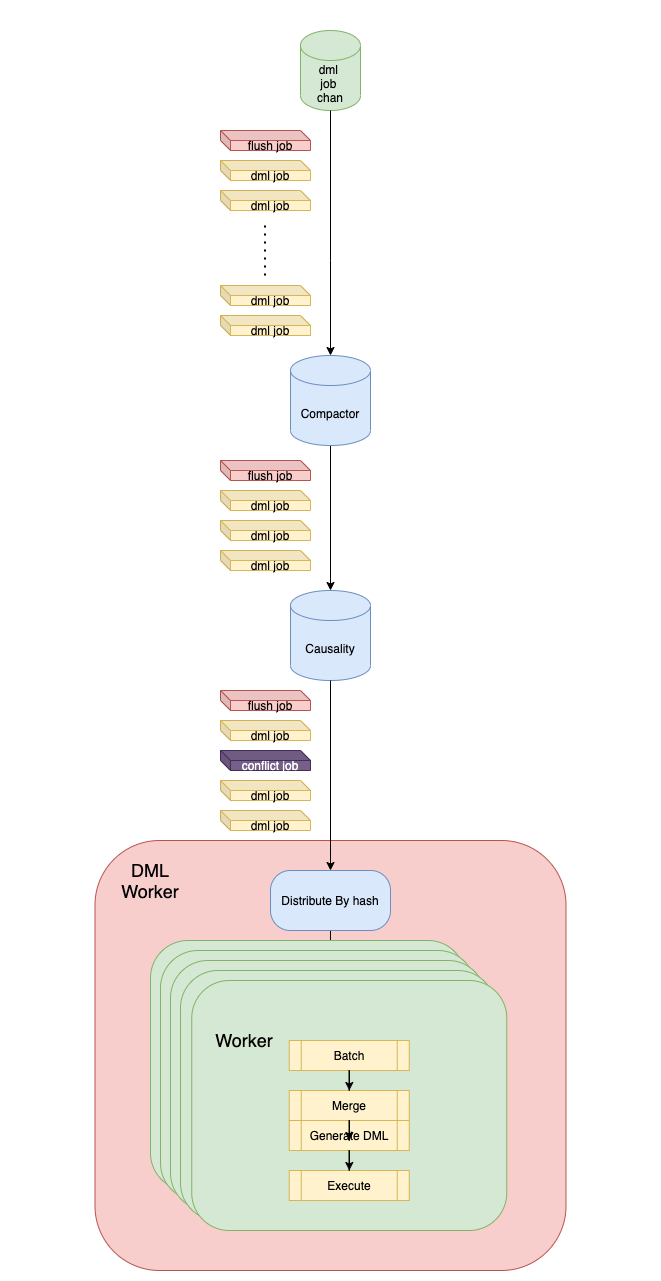
Above: docs/media/flow.png in pingcap/dm (draw.io), before the change. Source tidied: cells renumbered, new cells last; positions are measured from the earlier drawing's top-left corner, leaving out a move shared by most shapes. The source it was exported from:
```xml
<mxGraphModel>
  <root>
    <mxCell id="0" />
    <mxCell id="1" parent="0" />
    <mxCell id="2" style="group;fontSize=15;" parent="1" vertex="1">
      <mxGeometry width="640" height="1260" as="geometry" />
    </mxCell>
    <mxCell id="3" style="group;" parent="2" vertex="1">
      <mxGeometry x="84.5" y="20" width="471" height="1240" as="geometry" />
    </mxCell>
    <mxCell id="4" style="rounded=1;whiteSpace=wrap;html=1;fillColor=#f8cecc;strokeColor=#b85450;" parent="3" vertex="1">
      <mxGeometry y="810" width="471" height="430" as="geometry" />
    </mxCell>
    <mxCell id="5" value="dml &lt;br&gt;job &lt;br&gt;chan" style="shape=cylinder3;whiteSpace=wrap;html=1;boundedLbl=1;backgroundOutline=1;size=15;fillColor=#d5e8d4;strokeColor=#82b366;" parent="3" vertex="1">
      <mxGeometry x="205.5" width="60" height="80" as="geometry" />
    </mxCell>
    <mxCell id="6" value="Causality" style="shape=cylinder3;whiteSpace=wrap;html=1;boundedLbl=1;backgroundOutline=1;size=15;fillColor=#dae8fc;strokeColor=#6c8ebf;" parent="3" vertex="1">
      <mxGeometry x="195.5" y="560" width="80" height="90" as="geometry" />
    </mxCell>
    <mxCell id="7" style="edgeStyle=orthogonalEdgeStyle;rounded=0;jettySize=auto;html=1;exitX=0.5;exitY=1;exitDx=0;exitDy=0;exitPerimeter=0;entryX=0.5;entryY=0;entryDx=0;entryDy=0;entryPerimeter=0;" parent="3" edge="1" source="8" target="6">
      <mxGeometry relative="1" as="geometry" />
    </mxCell>
    <mxCell id="8" value="Compactor" style="shape=cylinder3;whiteSpace=wrap;html=1;boundedLbl=1;backgroundOutline=1;size=15;fillColor=#dae8fc;strokeColor=#6c8ebf;" parent="3" vertex="1">
      <mxGeometry x="195.5" y="325" width="80" height="90" as="geometry" />
    </mxCell>
    <mxCell id="9" style="edgeStyle=orthogonalEdgeStyle;rounded=0;jettySize=auto;html=1;exitX=0.5;exitY=1;exitDx=0;exitDy=0;exitPerimeter=0;entryX=0.5;entryY=0;entryDx=0;entryDy=0;entryPerimeter=0;" parent="3" edge="1" source="5" target="8">
      <mxGeometry relative="1" as="geometry">
        <Array as="points">
          <mxPoint x="235.5" y="230" />
          <mxPoint x="235.5" y="230" />
        </Array>
      </mxGeometry>
    </mxCell>
    <mxCell id="10" style="edgeStyle=orthogonalEdgeStyle;rounded=0;orthogonalLoop=1;jettySize=auto;html=1;exitX=0.5;exitY=1;exitDx=0;exitDy=0;exitPerimeter=0;" parent="3" edge="1" source="8" target="8">
      <mxGeometry relative="1" as="geometry" />
    </mxCell>
    <mxCell id="11" value="dml job" style="shape=cube;whiteSpace=wrap;html=1;boundedLbl=1;backgroundOutline=1;darkOpacity=0.05;darkOpacity2=0.1;size=10;fillColor=#fff2cc;strokeColor=#d6b656;" parent="3" vertex="1">
      <mxGeometry x="125.5" y="130" width="90" height="20" as="geometry" />
    </mxCell>
    <mxCell id="12" value="dml job" style="shape=cube;whiteSpace=wrap;html=1;boundedLbl=1;backgroundOutline=1;darkOpacity=0.05;darkOpacity2=0.1;size=10;fillColor=#fff2cc;strokeColor=#d6b656;" parent="3" vertex="1">
      <mxGeometry x="125.5" y="160" width="90" height="20" as="geometry" />
    </mxCell>
    <mxCell id="13" value="flush job" style="shape=cube;whiteSpace=wrap;html=1;boundedLbl=1;backgroundOutline=1;darkOpacity=0.05;darkOpacity2=0.1;size=10;fillColor=#f8cecc;strokeColor=#b85450;" parent="3" vertex="1">
      <mxGeometry x="125.5" y="100" width="90" height="20" as="geometry" />
    </mxCell>
    <mxCell id="14" value="dml job" style="shape=cube;whiteSpace=wrap;html=1;boundedLbl=1;backgroundOutline=1;darkOpacity=0.05;darkOpacity2=0.1;size=10;fillColor=#fff2cc;strokeColor=#d6b656;" parent="3" vertex="1">
      <mxGeometry x="125.5" y="460" width="90" height="20" as="geometry" />
    </mxCell>
    <mxCell id="15" value="dml job" style="shape=cube;whiteSpace=wrap;html=1;boundedLbl=1;backgroundOutline=1;darkOpacity=0.05;darkOpacity2=0.1;size=10;fillColor=#fff2cc;strokeColor=#d6b656;" parent="3" vertex="1">
      <mxGeometry x="125.5" y="490" width="90" height="20" as="geometry" />
    </mxCell>
    <mxCell id="16" value="flush job" style="shape=cube;whiteSpace=wrap;html=1;boundedLbl=1;backgroundOutline=1;darkOpacity=0.05;darkOpacity2=0.1;size=10;fillColor=#f8cecc;strokeColor=#b85450;" parent="3" vertex="1">
      <mxGeometry x="125.5" y="430" width="90" height="20" as="geometry" />
    </mxCell>
    <mxCell id="17" value="dml job" style="shape=cube;whiteSpace=wrap;html=1;boundedLbl=1;backgroundOutline=1;darkOpacity=0.05;darkOpacity2=0.1;size=10;fillColor=#fff2cc;strokeColor=#d6b656;" parent="3" vertex="1">
      <mxGeometry x="125.5" y="285" width="90" height="20" as="geometry" />
    </mxCell>
    <mxCell id="18" value="dml job" style="shape=cube;whiteSpace=wrap;html=1;boundedLbl=1;backgroundOutline=1;darkOpacity=0.05;darkOpacity2=0.1;size=10;fillColor=#fff2cc;strokeColor=#d6b656;" parent="3" vertex="1">
      <mxGeometry x="125.5" y="255" width="90" height="20" as="geometry" />
    </mxCell>
    <mxCell id="19" value="dml job" style="shape=cube;whiteSpace=wrap;html=1;boundedLbl=1;backgroundOutline=1;darkOpacity=0.05;darkOpacity2=0.1;size=10;fillColor=#fff2cc;strokeColor=#d6b656;" parent="3" vertex="1">
      <mxGeometry x="125.5" y="520" width="90" height="20" as="geometry" />
    </mxCell>
    <mxCell id="20" style="endArrow=none;dashed=1;html=1;dashPattern=1 3;strokeWidth=2;" parent="3" edge="1">
      <mxGeometry relative="1" as="geometry">
        <mxPoint x="170" y="245" as="sourcePoint" />
        <mxPoint x="170" y="195" as="targetPoint" />
      </mxGeometry>
    </mxCell>
    <mxCell id="21" value="dml job" style="shape=cube;whiteSpace=wrap;html=1;boundedLbl=1;backgroundOutline=1;darkOpacity=0.05;darkOpacity2=0.1;size=10;fillColor=#fff2cc;strokeColor=#d6b656;" parent="3" vertex="1">
      <mxGeometry x="125.5" y="690" width="90" height="20" as="geometry" />
    </mxCell>
    <mxCell id="22" value="flush job" style="shape=cube;whiteSpace=wrap;html=1;boundedLbl=1;backgroundOutline=1;darkOpacity=0.05;darkOpacity2=0.1;size=10;fillColor=#f8cecc;strokeColor=#b85450;" parent="3" vertex="1">
      <mxGeometry x="125.5" y="660" width="90" height="20" as="geometry" />
    </mxCell>
    <mxCell id="23" value="dml job" style="shape=cube;whiteSpace=wrap;html=1;boundedLbl=1;backgroundOutline=1;darkOpacity=0.05;darkOpacity2=0.1;size=10;fillColor=#fff2cc;strokeColor=#d6b656;" parent="3" vertex="1">
      <mxGeometry x="125.5" y="780" width="90" height="20" as="geometry" />
    </mxCell>
    <mxCell id="24" value="dml job" style="shape=cube;whiteSpace=wrap;html=1;boundedLbl=1;backgroundOutline=1;darkOpacity=0.05;darkOpacity2=0.1;size=10;fillColor=#fff2cc;strokeColor=#d6b656;" parent="3" vertex="1">
      <mxGeometry x="125.5" y="750" width="90" height="20" as="geometry" />
    </mxCell>
    <mxCell id="25" value="conflict job" style="shape=cube;whiteSpace=wrap;html=1;boundedLbl=1;backgroundOutline=1;darkOpacity=0.05;darkOpacity2=0.1;size=10;fillColor=#76608a;strokeColor=#432D57;fontColor=#ffffff;" parent="3" vertex="1">
      <mxGeometry x="125.5" y="720" width="90" height="20" as="geometry" />
    </mxCell>
    <mxCell id="26" style="edgeStyle=orthogonalEdgeStyle;rounded=0;jettySize=auto;html=1;exitX=0.5;exitY=1;exitDx=0;exitDy=0;entryX=0.571;entryY=-0.008;entryDx=0;entryDy=0;entryPerimeter=0;" parent="3" edge="1" source="27">
      <mxGeometry relative="1" as="geometry">
        <mxPoint x="235.4" y="928" as="targetPoint" />
      </mxGeometry>
    </mxCell>
    <mxCell id="27" value="Distribute By hash" style="rounded=1;whiteSpace=wrap;html=1;fillColor=#dae8fc;strokeColor=#6c8ebf;arcSize=33;" parent="3" vertex="1">
      <mxGeometry x="175.5" y="840" width="120" height="60" as="geometry" />
    </mxCell>
    <mxCell id="28" style="edgeStyle=orthogonalEdgeStyle;rounded=0;jettySize=auto;html=1;exitX=0.5;exitY=1;exitDx=0;exitDy=0;exitPerimeter=0;entryX=0.5;entryY=0;entryDx=0;entryDy=0;" parent="3" edge="1" source="6" target="27">
      <mxGeometry relative="1" as="geometry" />
    </mxCell>
    <mxCell id="29" style="rounded=1;whiteSpace=wrap;html=1;fillColor=#d5e8d4;strokeColor=#82b366;" parent="3" vertex="1">
      <mxGeometry x="55.5" y="910" width="315" height="250" as="geometry" />
    </mxCell>
    <mxCell id="30" style="rounded=1;whiteSpace=wrap;html=1;fillColor=#d5e8d4;strokeColor=#82b366;" parent="3" vertex="1">
      <mxGeometry x="65.5" y="920" width="315" height="250" as="geometry" />
    </mxCell>
    <mxCell id="31" style="rounded=1;whiteSpace=wrap;html=1;fillColor=#d5e8d4;strokeColor=#82b366;" parent="3" vertex="1">
      <mxGeometry x="75.5" y="930" width="315" height="250" as="geometry" />
    </mxCell>
    <mxCell id="32" style="rounded=1;whiteSpace=wrap;html=1;fillColor=#d5e8d4;strokeColor=#82b366;" parent="3" vertex="1">
      <mxGeometry x="85.5" y="940" width="315" height="250" as="geometry" />
    </mxCell>
    <mxCell id="33" style="rounded=1;whiteSpace=wrap;html=1;fillColor=#dae8fc;strokeColor=#6c8ebf;" parent="3" vertex="1">
      <mxGeometry x="204.2" y="1150" width="80" height="30" as="geometry" />
    </mxCell>
    <mxCell id="34" style="rounded=1;whiteSpace=wrap;html=1;fillColor=#dae8fc;strokeColor=#6c8ebf;" parent="3" vertex="1">
      <mxGeometry x="214.2" y="1160" width="80" height="30" as="geometry" />
    </mxCell>
    <mxCell id="35" style="rounded=1;whiteSpace=wrap;html=1;fillColor=#dae8fc;strokeColor=#6c8ebf;" parent="3" vertex="1">
      <mxGeometry x="224.2" y="1170" width="80" height="30" as="geometry" />
    </mxCell>
    <mxCell id="36" style="rounded=1;whiteSpace=wrap;html=1;fillColor=#d5e8d4;strokeColor=#82b366;" parent="3" vertex="1">
      <mxGeometry x="96.8" y="950" width="315" height="250" as="geometry" />
    </mxCell>
    <mxCell id="37" value="Batch" style="shape=process;whiteSpace=wrap;html=1;backgroundOutline=1;fillColor=#fff2cc;strokeColor=#d6b656;" parent="3" vertex="1">
      <mxGeometry x="194.2" y="1010" width="120" height="30" as="geometry" />
    </mxCell>
    <mxCell id="38" value="Merge" style="shape=process;whiteSpace=wrap;html=1;backgroundOutline=1;fillColor=#fff2cc;strokeColor=#d6b656;" parent="3" vertex="1">
      <mxGeometry x="194.2" y="1060" width="120" height="30" as="geometry" />
    </mxCell>
    <mxCell id="39" style="edgeStyle=orthogonalEdgeStyle;rounded=0;jettySize=auto;html=1;" parent="3" edge="1" source="37" target="38">
      <mxGeometry relative="1" as="geometry" />
    </mxCell>
    <mxCell id="40" value="Generate DML" style="shape=process;whiteSpace=wrap;html=1;backgroundOutline=1;fillColor=#fff2cc;strokeColor=#d6b656;" parent="3" vertex="1">
      <mxGeometry x="194.2" y="1090" width="120" height="30" as="geometry" />
    </mxCell>
    <mxCell id="41" style="edgeStyle=orthogonalEdgeStyle;rounded=0;jettySize=auto;html=1;" parent="3" edge="1" source="38">
      <mxGeometry relative="1" as="geometry">
        <mxPoint x="254.3" y="1110" as="targetPoint" />
      </mxGeometry>
    </mxCell>
    <mxCell id="42" value="DML&lt;br style=&quot;font-size: 18px;&quot;&gt;Worker" style="text;html=1;strokeColor=none;fillColor=none;align=center;verticalAlign=middle;whiteSpace=wrap;rounded=0;fontSize=18;" parent="3" vertex="1">
      <mxGeometry x="35.5" y="840" width="40" height="20" as="geometry" />
    </mxCell>
    <mxCell id="43" value="&lt;font style=&quot;font-size: 18px&quot;&gt;Worker&lt;/font&gt;" style="text;html=1;strokeColor=none;fillColor=none;align=center;verticalAlign=middle;whiteSpace=wrap;rounded=0;" parent="3" vertex="1">
      <mxGeometry x="124.2" y="990" width="50" height="40" as="geometry" />
    </mxCell>
    <mxCell id="44" value="Execute" style="shape=process;whiteSpace=wrap;html=1;backgroundOutline=1;fillColor=#fff2cc;strokeColor=#d6b656;" parent="3" vertex="1">
      <mxGeometry x="194.2" y="1140" width="120" height="30" as="geometry" />
    </mxCell>
    <mxCell id="45" style="edgeStyle=orthogonalEdgeStyle;rounded=0;jettySize=auto;html=1;" parent="3" edge="1" source="40" target="44">
      <mxGeometry relative="1" as="geometry" />
    </mxCell>
  </root>
</mxGraphModel>
```
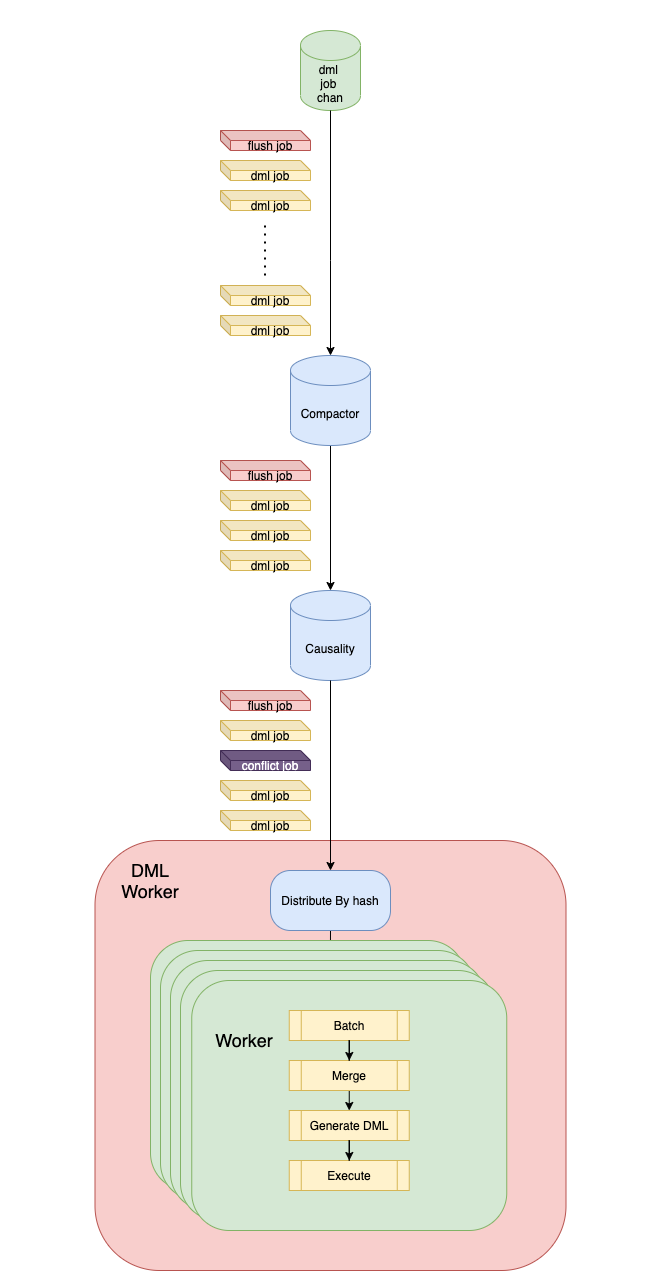
The same file after the commit.

Diff of the diagram source:
```diff
@@ -118,22 +118,20 @@
       <mxGeometry x="96.8" y="950" width="315" height="250" as="geometry" />
     </mxCell>
     <mxCell id="37" value="Batch" style="shape=process;whiteSpace=wrap;html=1;backgroundOutline=1;fillColor=#fff2cc;strokeColor=#d6b656;" parent="3" vertex="1">
-      <mxGeometry x="194.2" y="1010" width="120" height="30" as="geometry" />
+      <mxGeometry x="194.2" y="980" width="120" height="30" as="geometry" />
     </mxCell>
+    <mxCell id="46" style="edgeStyle=orthogonalEdgeStyle;rounded=0;jettySize=auto;html=1;exitX=0.5;exitY=1;exitDx=0;exitDy=0;entryX=0.5;entryY=0;entryDx=0;entryDy=0;" parent="3" edge="1" source="38" target="40">
+      <mxGeometry relative="1" as="geometry" />
+    </mxCell>
     <mxCell id="38" value="Merge" style="shape=process;whiteSpace=wrap;html=1;backgroundOutline=1;fillColor=#fff2cc;strokeColor=#d6b656;" parent="3" vertex="1">
-      <mxGeometry x="194.2" y="1060" width="120" height="30" as="geometry" />
+      <mxGeometry x="194.2" y="1030" width="120" height="30" as="geometry" />
     </mxCell>
     <mxCell id="39" style="edgeStyle=orthogonalEdgeStyle;rounded=0;jettySize=auto;html=1;" parent="3" edge="1" source="37" target="38">
       <mxGeometry relative="1" as="geometry" />
     </mxCell>
     <mxCell id="40" value="Generate DML" style="shape=process;whiteSpace=wrap;html=1;backgroundOutline=1;fillColor=#fff2cc;strokeColor=#d6b656;" parent="3" vertex="1">
-      <mxGeometry x="194.2" y="1090" width="120" height="30" as="geometry" />
+      <mxGeometry x="194.2" y="1080" width="120" height="30" as="geometry" />
     </mxCell>
-    <mxCell id="41" style="edgeStyle=orthogonalEdgeStyle;rounded=0;jettySize=auto;html=1;" parent="3" edge="1" source="38">
-      <mxGeometry relative="1" as="geometry">
-        <mxPoint x="254.3" y="1110" as="targetPoint" />
-      </mxGeometry>
-    </mxCell>
     <mxCell id="42" value="DML&lt;br style=&quot;font-size: 18px;&quot;&gt;Worker" style="text;html=1;strokeColor=none;fillColor=none;align=center;verticalAlign=middle;whiteSpace=wrap;rounded=0;fontSize=18;" parent="3" vertex="1">
       <mxGeometry x="35.5" y="840" width="40" height="20" as="geometry" />
     </mxCell>
@@ -141,7 +139,7 @@
       <mxGeometry x="124.2" y="990" width="50" height="40" as="geometry" />
     </mxCell>
     <mxCell id="44" value="Execute" style="shape=process;whiteSpace=wrap;html=1;backgroundOutline=1;fillColor=#fff2cc;strokeColor=#d6b656;" parent="3" vertex="1">
-      <mxGeometry x="194.2" y="1140" width="120" height="30" as="geometry" />
+      <mxGeometry x="194.2" y="1130" width="120" height="30" as="geometry" />
     </mxCell>
     <mxCell id="45" style="edgeStyle=orthogonalEdgeStyle;rounded=0;jettySize=auto;html=1;" parent="3" edge="1" source="40" target="44">
       <mxGeometry relative="1" as="geometry" />
```
